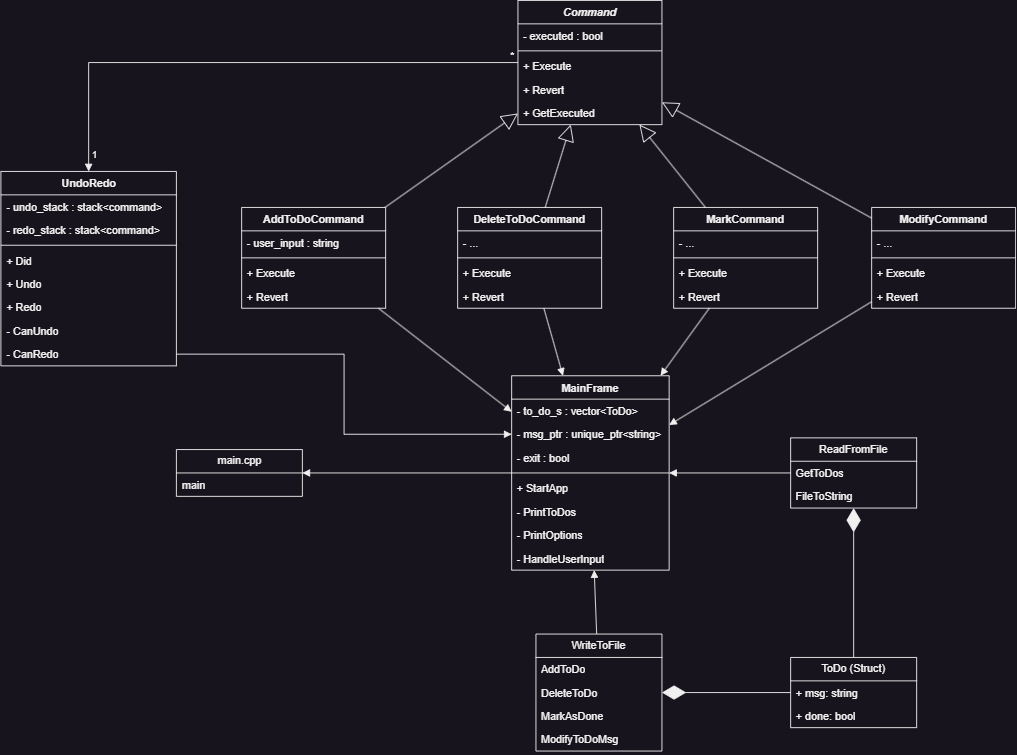
Before: uml_diagrams/images/class_diagram.png, a diagram exported from draw.io (EvatsugDnalloR/ToDoListConsoleApplication). Source tidied: cells renumbered, new cells last; positions are measured from the earlier drawing's top-left corner, leaving out a move shared by most shapes.
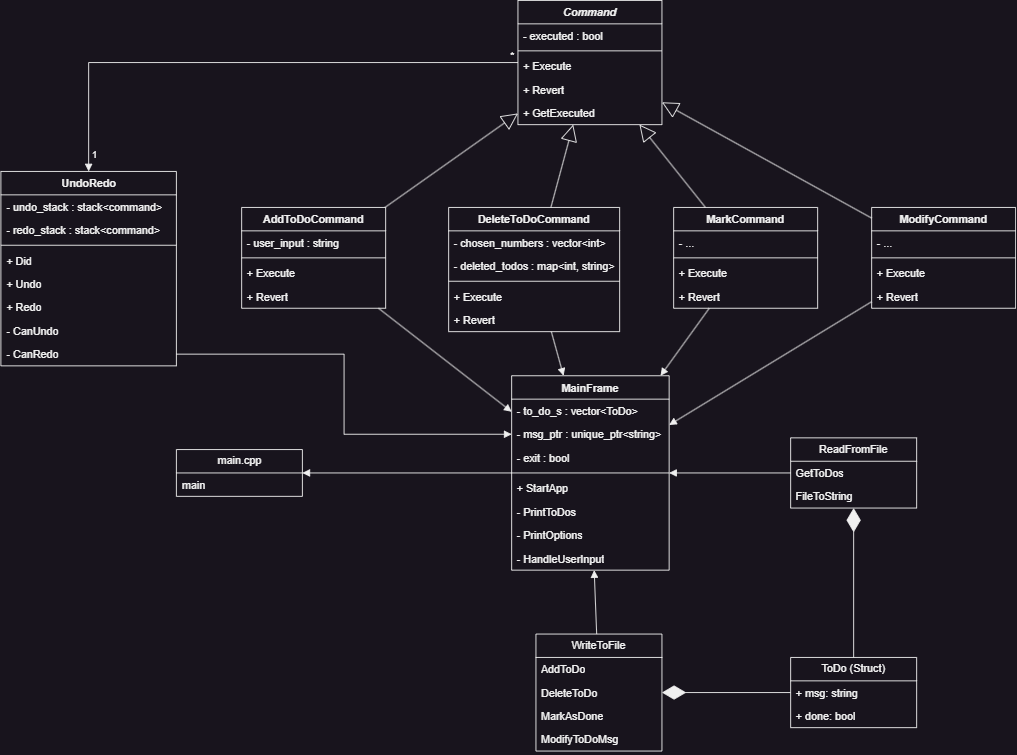
The same diagram one commit later.

Commit message:
updated class diagram

What changed in the source:
```diff
@@ -135,19 +135,22 @@
       <mxGeometry y="86" width="160" height="26" as="geometry" />
     </mxCell>
     <mxCell id="46" value="DeleteToDoCommand" style="swimlane;fontStyle=1;align=center;verticalAlign=top;horizontal=1;startSize=26;whiteSpace=wrap;html=1;" parent="1" vertex="1">
-      <mxGeometry x="508" y="230" width="160" height="112" as="geometry" />
+      <mxGeometry x="498" y="230" width="190" height="138" as="geometry" />
     </mxCell>
-    <mxCell id="47" value="- ..." style="text;strokeColor=none;fillColor=none;align=left;verticalAlign=top;spacingLeft=4;spacingRight=4;overflow=hidden;whiteSpace=wrap;html=1;" parent="46" vertex="1">
-      <mxGeometry y="26" width="160" height="26" as="geometry" />
+    <mxCell id="47" value="- chosen_numbers : vector&amp;lt;int&amp;gt;" style="text;strokeColor=none;fillColor=none;align=left;verticalAlign=top;spacingLeft=4;spacingRight=4;overflow=hidden;whiteSpace=wrap;html=1;" parent="46" vertex="1">
+      <mxGeometry y="26" width="190" height="26" as="geometry" />
     </mxCell>
+    <mxCell id="76" value="- deleted_todos : map&amp;lt;int, string&amp;gt;" style="text;strokeColor=none;fillColor=none;align=left;verticalAlign=top;spacingLeft=4;spacingRight=4;overflow=hidden;whiteSpace=wrap;html=1;" parent="46" vertex="1">
+      <mxGeometry y="52" width="190" height="26" as="geometry" />
+    </mxCell>
     <mxCell id="48" style="line;strokeWidth=1;fillColor=none;align=left;verticalAlign=middle;spacingTop=-1;spacingLeft=3;spacingRight=3;labelPosition=right;strokeColor=inherit;" parent="46" vertex="1">
-      <mxGeometry y="52" width="160" height="8" as="geometry" />
+      <mxGeometry y="78" width="190" height="8" as="geometry" />
     </mxCell>
     <mxCell id="49" value="+ Execute" style="text;strokeColor=none;fillColor=none;align=left;verticalAlign=top;spacingLeft=4;spacingRight=4;overflow=hidden;whiteSpace=wrap;html=1;" parent="46" vertex="1">
-      <mxGeometry y="60" width="160" height="26" as="geometry" />
+      <mxGeometry y="86" width="190" height="26" as="geometry" />
     </mxCell>
     <mxCell id="50" value="+ Revert" style="text;strokeColor=none;fillColor=none;align=left;verticalAlign=top;spacingLeft=4;spacingRight=4;overflow=hidden;whiteSpace=wrap;html=1;" parent="46" vertex="1">
-      <mxGeometry y="86" width="160" height="26" as="geometry" />
+      <mxGeometry y="112" width="190" height="26" as="geometry" />
     </mxCell>
     <mxCell id="51" value="MarkCommand" style="swimlane;fontStyle=1;align=center;verticalAlign=top;horizontal=1;startSize=26;whiteSpace=wrap;html=1;" parent="1" vertex="1">
       <mxGeometry x="748" y="230" width="160" height="112" as="geometry" />
```
